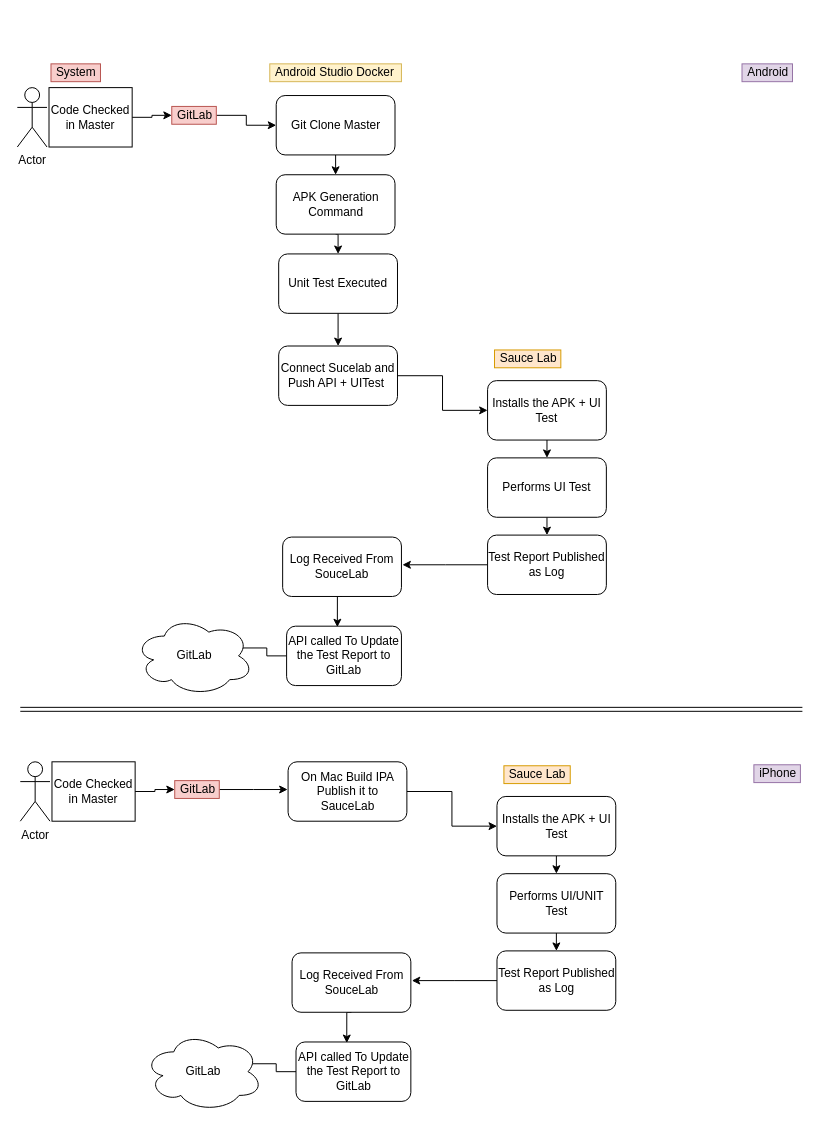
The draw.io diagram page "CI/CD" (6 of 6) of MyKnowledgeBoard.drawio in smkcoder/BuildingConversationalExp, before the edit. Source tidied: cells renumbered, new cells numbered last; positions are measured from the earlier drawing's top-left corner, leaving out a move shared by most shapes. Both pictures are drawn from the tidied source at 99%, with x=0, y=0 at pixel (17, 63).
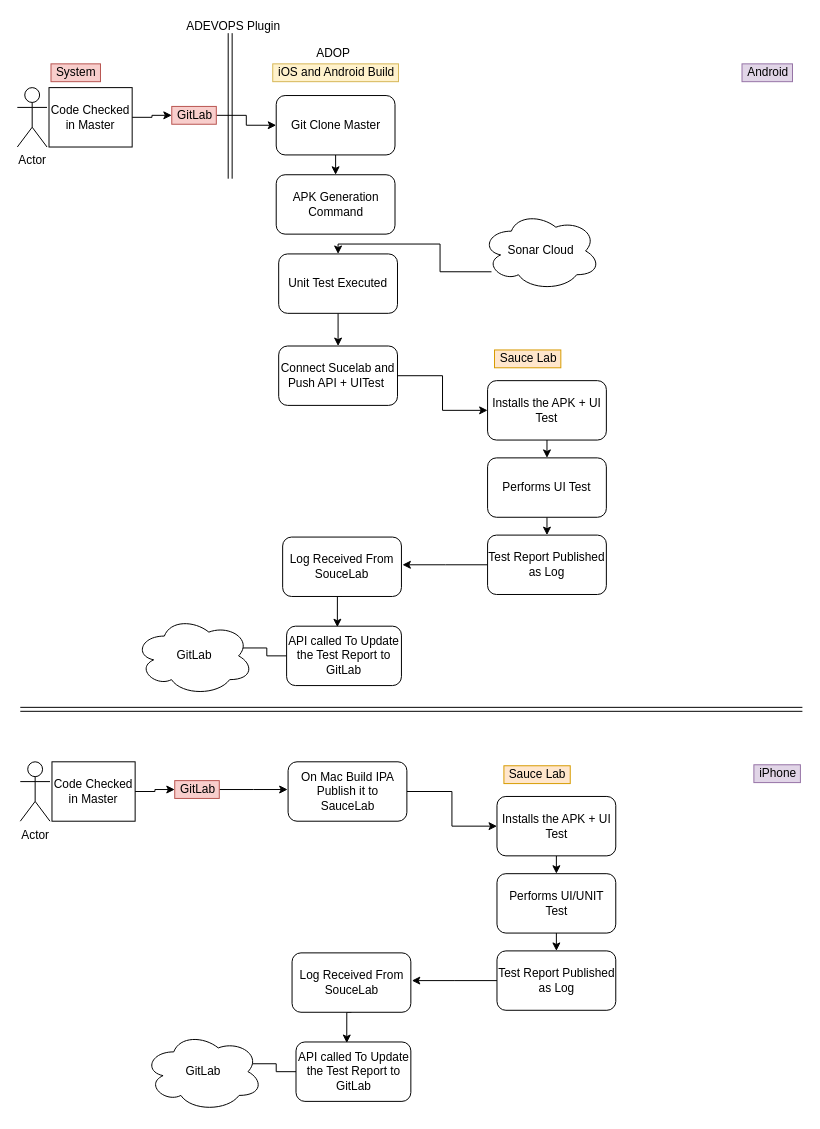
Above is the later version.

Unchanged cells that the change refers to:
```xml
<mxCell id="8" value="APK Generation Command" style="rounded=1;whiteSpace=wrap;html=1;" parent="1" vertex="1">
  <mxGeometry x="261.5" y="112" width="120" height="60" as="geometry" />
</mxCell>
<mxCell id="10" value="Unit Test Executed" style="rounded=1;whiteSpace=wrap;html=1;" parent="1" vertex="1">
  <mxGeometry x="264" y="192" width="120" height="60" as="geometry" />
</mxCell>
```

Change to the diagram source:
```diff
@@
-    <mxCell id="6" value="Android Studio Docker&amp;nbsp;" style="text;html=1;align=center;verticalAlign=middle;fillColor=#fff2cc;strokeColor=#d6b656;" parent="1" vertex="1">
-      <mxGeometry x="255" width="133" height="18" as="geometry" />
+    <mxCell id="6" value="iOS and Android Build" style="text;html=1;align=center;verticalAlign=middle;fillColor=#fff2cc;strokeColor=#d6b656;" parent="1" vertex="1">
+      <mxGeometry x="258" width="127" height="18" as="geometry" />
     </mxCell>
-    <mxCell id="7" style="edgeStyle=orthogonalEdgeStyle;rounded=0;jettySize=auto;html=1;exitX=0.5;exitY=1;exitDx=0;exitDy=0;entryX=0.5;entryY=0;entryDx=0;entryDy=0;" parent="1" edge="1" source="8" target="10">
-      <mxGeometry relative="1" as="geometry" />
+    <mxCell id="7" style="edgeStyle=orthogonalEdgeStyle;rounded=0;jettySize=auto;html=1;exitX=0.083;exitY=0.763;exitDx=0;exitDy=0;entryX=0.5;entryY=0;entryDx=0;entryDy=0;exitPerimeter=0;" parent="1" edge="1" source="54" target="10">
+      <mxGeometry relative="1" as="geometry">
+        <Array as="points">
+          <mxPoint x="427" y="210" />
+          <mxPoint x="427" y="182" />
+          <mxPoint x="324" y="182" />
+        </Array>
+      </mxGeometry>
     </mxCell>
@@
+    <mxCell id="51" style="shape=link;html=1;" parent="1" edge="1">
+      <mxGeometry relative="1" as="geometry">
+        <mxPoint x="215" y="116" as="sourcePoint" />
+        <mxPoint x="215" y="-31" as="targetPoint" />
+      </mxGeometry>
+    </mxCell>
+    <mxCell id="52" value="ADEVOPS Plugin" style="text;html=1;align=center;verticalAlign=middle;" parent="1" vertex="1">
+      <mxGeometry x="165" y="-47" width="105" height="18" as="geometry" />
+    </mxCell>
+    <mxCell id="53" value="ADOP" style="text;html=1;align=center;verticalAlign=middle;" parent="1" vertex="1">
+      <mxGeometry x="297" y="-19" width="44" height="18" as="geometry" />
+    </mxCell>
+    <mxCell id="54" value="Sonar Cloud" style="ellipse;shape=cloud;whiteSpace=wrap;html=1;" parent="1" vertex="1">
+      <mxGeometry x="469" y="149" width="120" height="80" as="geometry" />
+    </mxCell>
```
